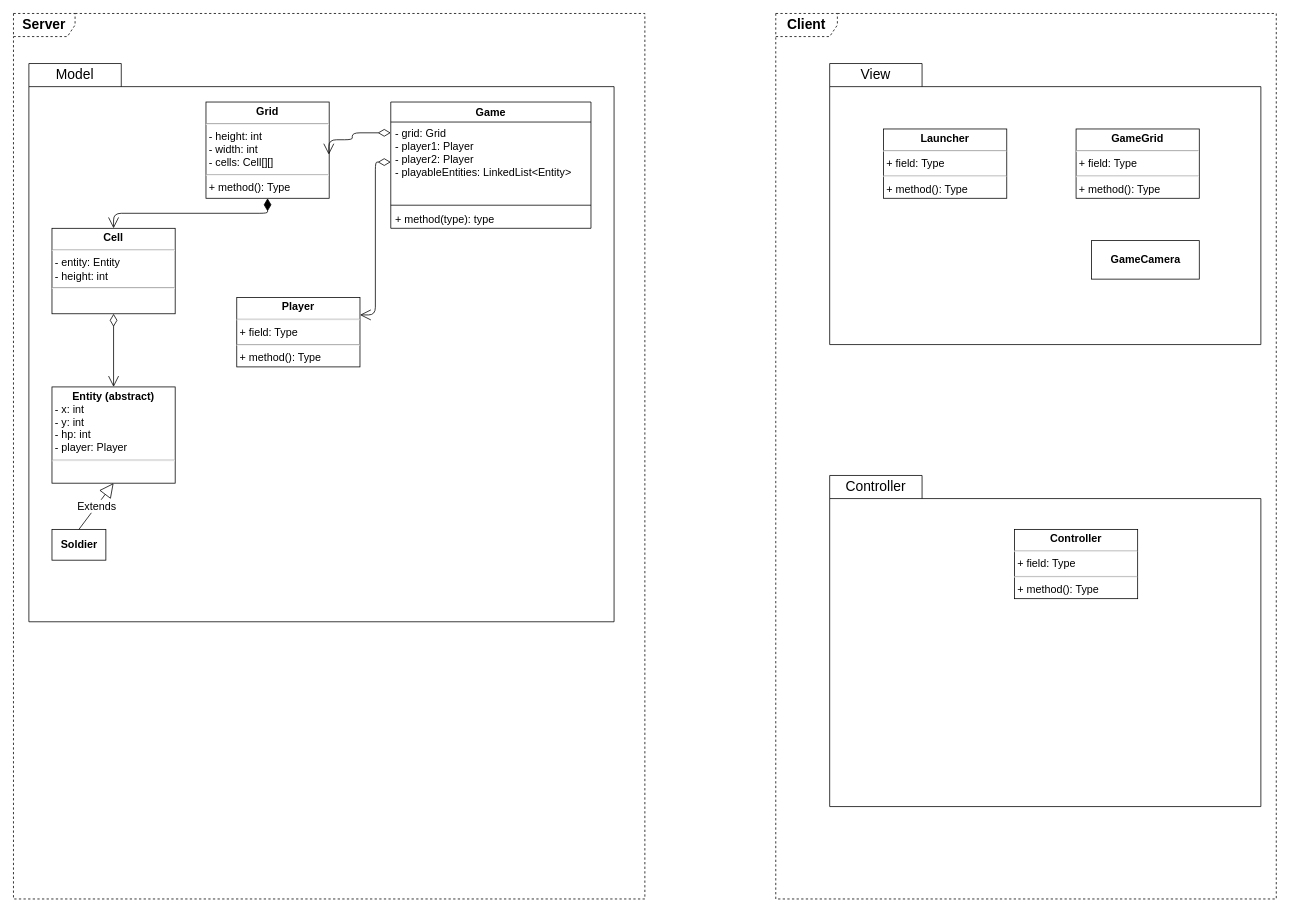
Before: diagramme-de-classe.drawio in amnasr32/Jeu-de-Strat-gie-, a draw.io diagram. Source tidied: cells renumbered, new cells numbered last; positions are measured from the earlier drawing's top-left corner, leaving out a move shared by most shapes. Both pictures are drawn from the tidied source at 77%, with x=0, y=0 at pixel (13, 13).
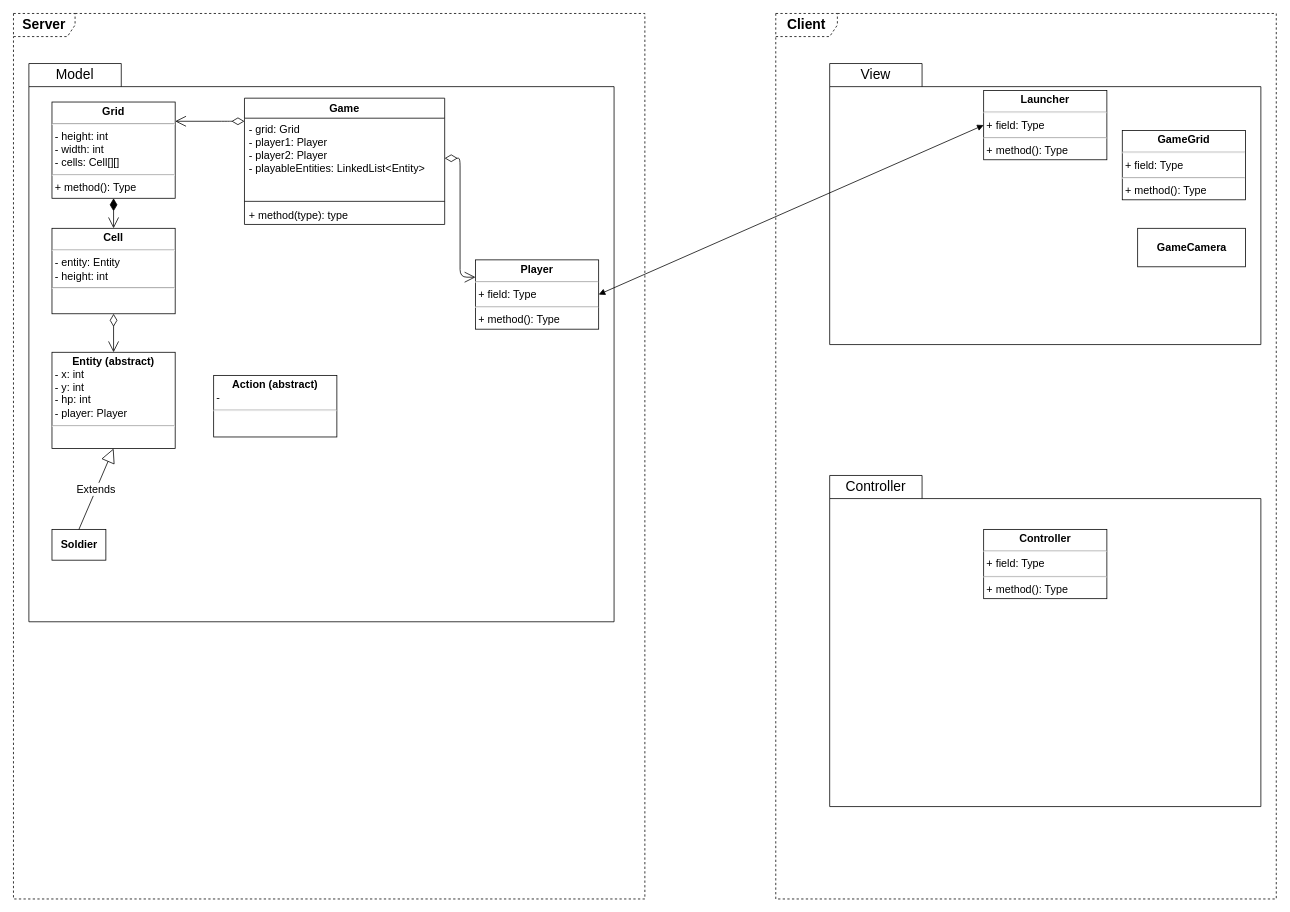
The same diagram, later.

Commit message:
modification du diagramme de classe

Change to the diagram source:
```diff
@@
     <mxCell id="5" value="Game" style="swimlane;fontStyle=1;align=center;verticalAlign=middle;horizontal=1;startSize=26;fontSize=14;" parent="1" vertex="1">
-      <mxGeometry x="490" y="115" width="260" height="164" as="geometry" />
+      <mxGeometry x="300" y="110" width="260" height="164" as="geometry" />
     </mxCell>
-    <mxCell id="6" value="- grid: Grid&#10;- player1: Player&#10;- player2: Player&#10;- playableEntities: LinkedList&lt;Entity&gt;" style="text;strokeColor=none;fillColor=none;align=left;verticalAlign=top;spacingLeft=4;spacingRight=4;overflow=hidden;points=[[0,0.5],[1,0.5]];portConstraint=eastwest;labelBackgroundColor=none;labelBorderColor=none;fontSize=14;" parent="5" vertex="1">
+    <mxCell id="6" value="- grid: Grid&#10;- player1: Player&#10;- player2: Player&#10;- playableEntities: LinkedList&lt;Entity&gt;" style="text;align=left;verticalAlign=top;spacingLeft=4;spacingRight=4;overflow=hidden;points=[[0,0.5],[1,0.5]];portConstraint=eastwest;labelBackgroundColor=none;labelBorderColor=none;fontSize=14;strokeWidth=3;" parent="5" vertex="1">
       <mxGeometry y="26" width="260" height="104" as="geometry" />
     </mxCell>
@@
     <mxCell id="12" value="&lt;p style=&quot;margin: 4px 0px 0px ; text-align: center ; font-size: 14px&quot;&gt;&lt;b style=&quot;font-size: 14px&quot;&gt;Grid&lt;/b&gt;&lt;/p&gt;&lt;hr style=&quot;font-size: 14px&quot;&gt;&lt;p style=&quot;margin: 0px 0px 0px 4px ; font-size: 14px&quot;&gt;- height: int&lt;/p&gt;&lt;p style=&quot;margin: 0px 0px 0px 4px ; font-size: 14px&quot;&gt;- width: int&lt;/p&gt;&lt;p style=&quot;margin: 0px 0px 0px 4px ; font-size: 14px&quot;&gt;- cells: Cell[][]&lt;/p&gt;&lt;hr style=&quot;font-size: 14px&quot;&gt;&lt;p style=&quot;margin: 0px 0px 0px 4px ; font-size: 14px&quot;&gt;+ method(): Type&lt;/p&gt;" style="verticalAlign=top;align=left;overflow=fill;fontSize=14;fontFamily=Helvetica;html=1;labelBackgroundColor=none;fillColor=#ffffff;" parent="1" vertex="1">
-      <mxGeometry x="250" y="115" width="160" height="125" as="geometry" />
+      <mxGeometry x="50" y="115" width="160" height="125" as="geometry" />
     </mxCell>
     <mxCell id="13" value="&lt;p style=&quot;margin: 4px 0px 0px; text-align: center; font-size: 14px;&quot;&gt;&lt;b style=&quot;font-size: 14px;&quot;&gt;Player&lt;/b&gt;&lt;/p&gt;&lt;hr style=&quot;font-size: 14px;&quot;&gt;&lt;p style=&quot;margin: 0px 0px 0px 4px; font-size: 14px;&quot;&gt;+ field: Type&lt;/p&gt;&lt;hr style=&quot;font-size: 14px;&quot;&gt;&lt;p style=&quot;margin: 0px 0px 0px 4px; font-size: 14px;&quot;&gt;+ method(): Type&lt;/p&gt;" style="verticalAlign=top;align=left;overflow=fill;fontSize=14;fontFamily=Helvetica;html=1;labelBackgroundColor=none;fillColor=#ffffff;" parent="1" vertex="1">
-      <mxGeometry x="290" y="369" width="160" height="90" as="geometry" />
+      <mxGeometry x="600" y="320" width="160" height="90" as="geometry" />
     </mxCell>
     <mxCell id="14" value="&lt;p style=&quot;margin: 4px 0px 0px ; text-align: center ; font-size: 14px&quot;&gt;&lt;b style=&quot;font-size: 14px&quot;&gt;Entity (abstract)&lt;/b&gt;&lt;/p&gt;&lt;p style=&quot;margin: 0px 0px 0px 4px ; font-size: 14px&quot;&gt;- x: int&lt;/p&gt;&lt;p style=&quot;margin: 0px 0px 0px 4px ; font-size: 14px&quot;&gt;- y: int&lt;/p&gt;&lt;p style=&quot;margin: 0px 0px 0px 4px ; font-size: 14px&quot;&gt;- hp: int&lt;/p&gt;&lt;p style=&quot;margin: 0px 0px 0px 4px ; font-size: 14px&quot;&gt;- player: Player&lt;/p&gt;&lt;hr style=&quot;font-size: 14px&quot;&gt;&lt;p style=&quot;margin: 0px 0px 0px 4px ; font-size: 14px&quot;&gt;&lt;br&gt;&lt;/p&gt;" style="verticalAlign=top;align=left;overflow=fill;fontSize=14;fontFamily=Helvetica;html=1;labelBackgroundColor=none;fillColor=#ffffff;" parent="1" vertex="1">
-      <mxGeometry x="50" y="485" width="160" height="125" as="geometry" />
+      <mxGeometry x="50" y="440" width="160" height="125" as="geometry" />
     </mxCell>
-    <mxCell id="15" style="endArrow=open;html=1;endSize=12;startArrow=diamondThin;startSize=14;startFill=0;edgeStyle=orthogonalEdgeStyle;align=left;verticalAlign=bottom;fontSize=14;fontColor=#000000;entryX=0.997;entryY=0.546;entryDx=0;entryDy=0;entryPerimeter=0;" parent="1" edge="1" source="6" target="12">
-      <mxGeometry x="-1" y="3" relative="1" as="geometry">
-        <Array as="points">
-          <mxPoint x="440" y="155" />
-          <mxPoint x="440" y="164" />
-        </Array>
-      </mxGeometry>
-    </mxCell>
-    <mxCell id="16" style="endArrow=open;html=1;endSize=12;startArrow=diamondThin;startSize=14;startFill=0;edgeStyle=orthogonalEdgeStyle;align=left;verticalAlign=bottom;fontSize=14;fontColor=#000000;entryX=1;entryY=0.25;entryDx=0;entryDy=0;exitX=0;exitY=0.5;exitDx=0;exitDy=0;" parent="1" edge="1" source="6" target="13">
+    <mxCell id="16" style="endArrow=open;html=1;endSize=12;startArrow=diamondThin;startSize=14;startFill=0;edgeStyle=orthogonalEdgeStyle;align=left;verticalAlign=bottom;fontSize=14;fontColor=#000000;entryX=0;entryY=0.25;entryDx=0;entryDy=0;" parent="1" edge="1" source="6" target="13">
       <mxGeometry x="-1" y="3" relative="1" as="geometry" />
     </mxCell>
@@
     <mxCell id="23" value="&lt;p style=&quot;margin: 4px 0px 0px ; text-align: center ; font-size: 14px&quot;&gt;&lt;b&gt;Launcher&lt;/b&gt;&lt;/p&gt;&lt;hr style=&quot;font-size: 14px&quot;&gt;&lt;p style=&quot;margin: 0px 0px 0px 4px ; font-size: 14px&quot;&gt;+ field: Type&lt;/p&gt;&lt;hr style=&quot;font-size: 14px&quot;&gt;&lt;p style=&quot;margin: 0px 0px 0px 4px ; font-size: 14px&quot;&gt;+ method(): Type&lt;/p&gt;" style="verticalAlign=top;align=left;overflow=fill;fontSize=14;fontFamily=Helvetica;html=1;labelBackgroundColor=none;fillColor=#ffffff;" parent="1" vertex="1">
-      <mxGeometry x="1130" y="150" width="160" height="90" as="geometry" />
+      <mxGeometry x="1260" y="100" width="160" height="90" as="geometry" />
     </mxCell>
     <mxCell id="24" value="&lt;p style=&quot;margin: 4px 0px 0px ; text-align: center ; font-size: 14px&quot;&gt;&lt;b style=&quot;font-size: 14px&quot;&gt;Controller&lt;/b&gt;&lt;/p&gt;&lt;hr style=&quot;font-size: 14px&quot;&gt;&lt;p style=&quot;margin: 0px 0px 0px 4px ; font-size: 14px&quot;&gt;+ field: Type&lt;/p&gt;&lt;hr style=&quot;font-size: 14px&quot;&gt;&lt;p style=&quot;margin: 0px 0px 0px 4px ; font-size: 14px&quot;&gt;+ method(): Type&lt;/p&gt;" style="verticalAlign=top;align=left;overflow=fill;fontSize=14;fontFamily=Helvetica;html=1;labelBackgroundColor=none;fillColor=#ffffff;" parent="1" vertex="1">
-      <mxGeometry x="1300" y="670" width="160" height="90" as="geometry" />
+      <mxGeometry x="1260" y="670" width="160" height="90" as="geometry" />
     </mxCell>
     <mxCell id="25" value="&lt;p style=&quot;margin: 4px 0px 0px ; text-align: center ; font-size: 14px&quot;&gt;&lt;b&gt;GameGrid&lt;/b&gt;&lt;/p&gt;&lt;hr style=&quot;font-size: 14px&quot;&gt;&lt;p style=&quot;margin: 0px 0px 0px 4px ; font-size: 14px&quot;&gt;+ field: Type&lt;/p&gt;&lt;hr style=&quot;font-size: 14px&quot;&gt;&lt;p style=&quot;margin: 0px 0px 0px 4px ; font-size: 14px&quot;&gt;+ method(): Type&lt;/p&gt;" style="verticalAlign=top;align=left;overflow=fill;fontSize=14;fontFamily=Helvetica;html=1;labelBackgroundColor=none;fillColor=#ffffff;" parent="1" vertex="1">
-      <mxGeometry x="1380" y="150" width="160" height="90" as="geometry" />
+      <mxGeometry x="1440" y="152" width="160" height="90" as="geometry" />
     </mxCell>
     <mxCell id="26" value="&lt;b&gt;GameCamera&lt;/b&gt;" style="html=1;labelBackgroundColor=none;fillColor=#ffffff;fontSize=14;fontColor=#000000;align=center;" parent="1" vertex="1">
-      <mxGeometry x="1400" y="295" width="140" height="50" as="geometry" />
+      <mxGeometry x="1460" y="279" width="140" height="50" as="geometry" />
     </mxCell>
@@
+    <mxCell id="15" style="endArrow=open;html=1;endSize=12;startArrow=diamondThin;startSize=14;startFill=0;edgeStyle=orthogonalEdgeStyle;align=left;verticalAlign=bottom;fontSize=14;fontColor=#000000;" parent="1" edge="1" source="6" target="12">
+      <mxGeometry x="-1" y="3" relative="1" as="geometry">
+        <Array as="points">
+          <mxPoint x="280" y="140" />
+          <mxPoint x="280" y="140" />
+        </Array>
+      </mxGeometry>
+    </mxCell>
+    <mxCell id="28" style="endArrow=block;startArrow=block;endFill=1;startFill=1;html=1;entryX=0;entryY=0.5;entryDx=0;entryDy=0;exitX=1;exitY=0.5;exitDx=0;exitDy=0;" parent="1" edge="1" source="13" target="23">
+      <mxGeometry relative="1" as="geometry" />
+    </mxCell>
+    <mxCell id="29" value="&lt;p style=&quot;margin: 4px 0px 0px ; text-align: center ; font-size: 14px&quot;&gt;&lt;b style=&quot;font-size: 14px&quot;&gt;Action (abstract)&lt;/b&gt;&lt;/p&gt;&lt;p style=&quot;margin: 0px 0px 0px 4px ; font-size: 14px&quot;&gt;-&amp;nbsp;&lt;/p&gt;&lt;hr style=&quot;font-size: 14px&quot;&gt;&lt;p style=&quot;margin: 0px 0px 0px 4px ; font-size: 14px&quot;&gt;&lt;br&gt;&lt;/p&gt;" style="verticalAlign=top;align=left;overflow=fill;fontSize=14;fontFamily=Helvetica;html=1;labelBackgroundColor=none;fillColor=#ffffff;" parent="1" vertex="1">
+      <mxGeometry x="260" y="470" width="160" height="80" as="geometry" />
+    </mxCell>
```
